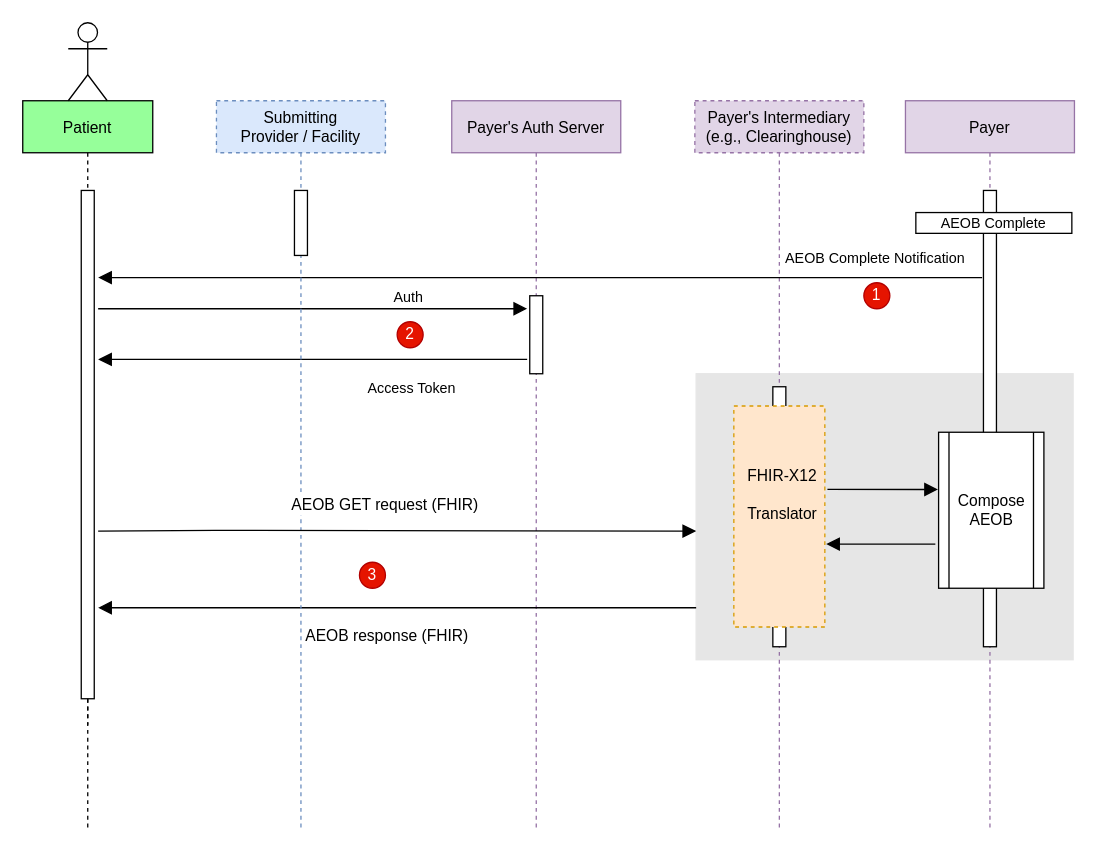
Above: input/images/GetAEOB.drawio in HL7/davinci-pct (draw.io), before the change. Source tidied: cells renumbered, new cells numbered last; positions are measured from the earlier drawing's top-left corner, leaving out a move shared by most shapes. Both pictures are drawn from the tidied source at 130%, with x=0, y=0 at pixel (22, 22).
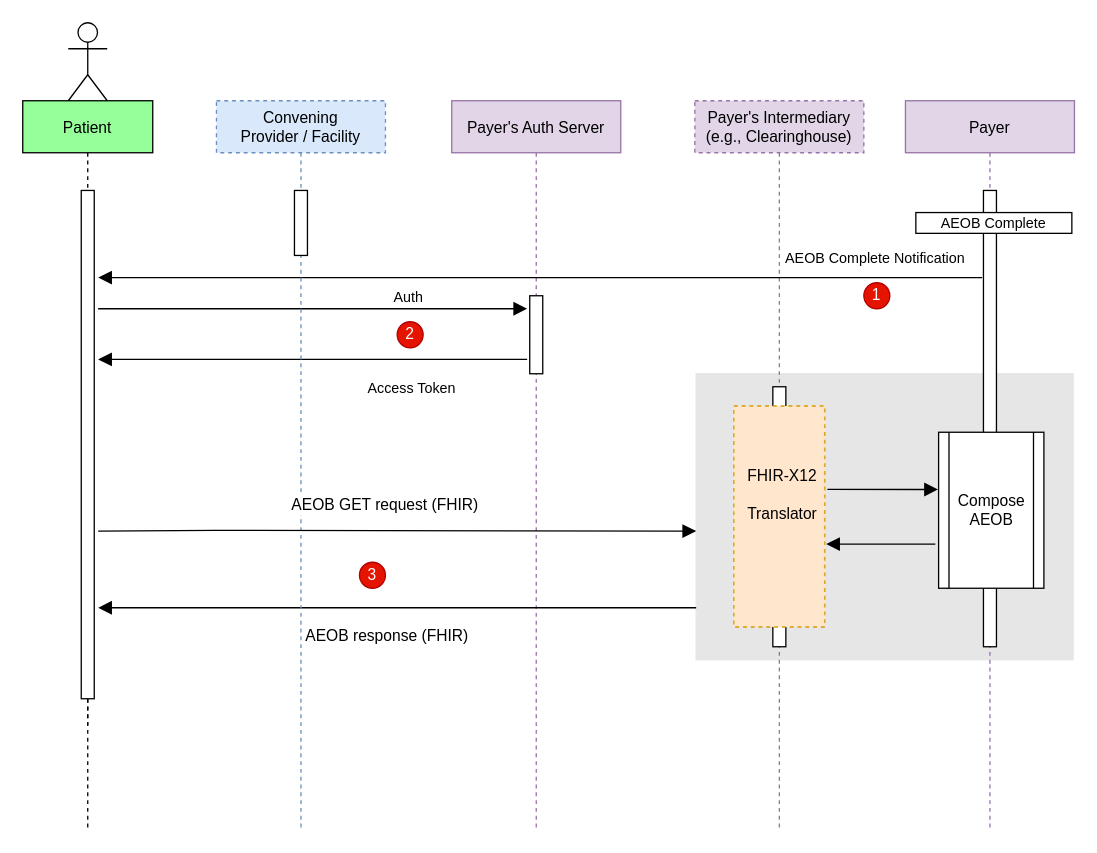
After the change.

Commit message (it also covers changes not shown here):
Change submitting provider to convening provider

Change to the diagram source:
```diff
@@
-    <mxCell id="29" value="Submitting&#10;Provider / Facility" style="shape=umlLifeline;perimeter=lifelinePerimeter;rounded=0;shadow=0;strokeWidth=1;fillColor=#dae8fc;strokeColor=#6c8ebf;dashed=1;" parent="1" vertex="1">
+    <mxCell id="29" value="Convening&#10;Provider / Facility" style="shape=umlLifeline;perimeter=lifelinePerimeter;rounded=0;shadow=0;strokeWidth=1;fillColor=#dae8fc;strokeColor=#6c8ebf;dashed=1;" parent="1" vertex="1">
       <mxGeometry x="149" y="60" width="130" height="560" as="geometry" />
     </mxCell>
```
